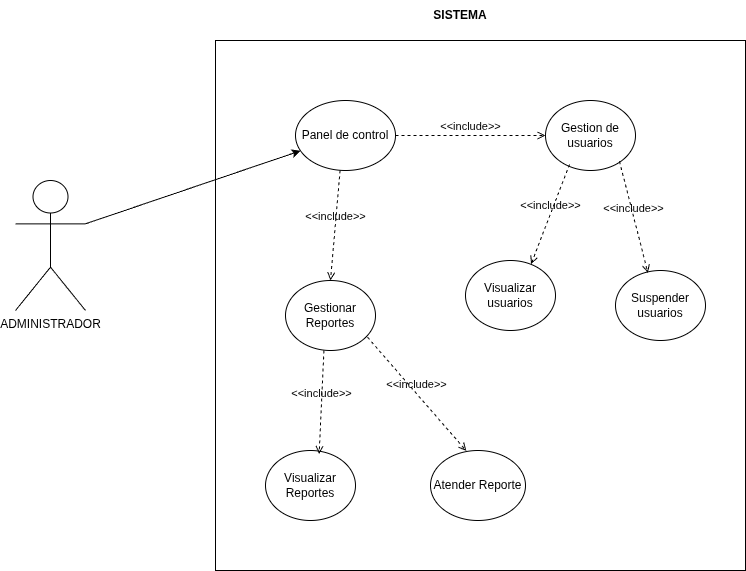
Above: docs/diagramas_casos_de_uso/DCU-Administrador.png in Nicolas-Menin/LaburAR (draw.io), before the change. Source tidied: cells renumbered, new cells last; positions are measured from the earlier drawing's top-left corner, leaving out a move shared by most shapes.
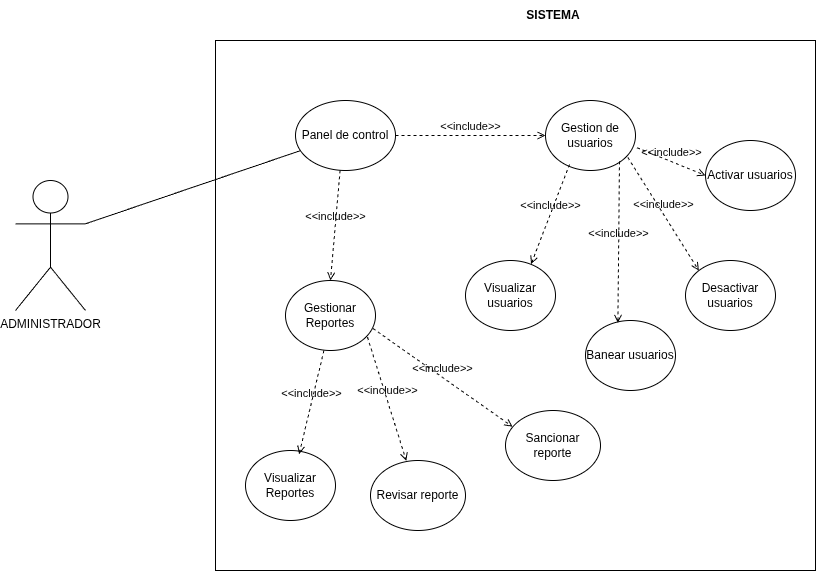
After the change.

Change to the diagram source:
```diff
@@ -6,10 +6,10 @@
       <mxGeometry y="180" width="70" height="130" as="geometry" />
     </mxCell>
     <mxCell id="3" style="whiteSpace=wrap;html=1;" parent="1" vertex="1">
-      <mxGeometry x="200" y="40" width="530" height="530" as="geometry" />
+      <mxGeometry x="200" y="40" width="600" height="530" as="geometry" />
     </mxCell>
     <mxCell id="4" value="&lt;b&gt;SISTEMA&lt;/b&gt;" style="text;html=1;whiteSpace=wrap;strokeColor=none;fillColor=none;align=center;verticalAlign=middle;rounded=0;" parent="1" vertex="1">
-      <mxGeometry x="415" width="60" height="30" as="geometry" />
+      <mxGeometry x="507.5" width="60" height="30" as="geometry" />
     </mxCell>
     <mxCell id="5" value="Panel de control" style="ellipse;whiteSpace=wrap;html=1;" parent="1" vertex="1">
       <mxGeometry x="280" y="100" width="100" height="70" as="geometry" />
@@ -17,16 +17,16 @@
     <mxCell id="6" value="Gestion de usuarios" style="ellipse;whiteSpace=wrap;html=1;" parent="1" vertex="1">
       <mxGeometry x="530" y="100" width="90" height="70" as="geometry" />
     </mxCell>
-    <mxCell id="7" value="Suspender usuarios" style="ellipse;whiteSpace=wrap;html=1;" parent="1" vertex="1">
-      <mxGeometry x="600" y="270" width="90" height="70" as="geometry" />
+    <mxCell id="7" value="Banear usuarios" style="ellipse;whiteSpace=wrap;html=1;" parent="1" vertex="1">
+      <mxGeometry x="570" y="320" width="90" height="70" as="geometry" />
     </mxCell>
     <mxCell id="8" value="Visualizar usuarios" style="ellipse;whiteSpace=wrap;html=1;" parent="1" vertex="1">
       <mxGeometry x="450" y="260" width="90" height="70" as="geometry" />
     </mxCell>
     <mxCell id="9" value="Visualizar Reportes" style="ellipse;whiteSpace=wrap;html=1;" parent="1" vertex="1">
-      <mxGeometry x="250" y="450" width="90" height="70" as="geometry" />
+      <mxGeometry x="230" y="450" width="90" height="70" as="geometry" />
     </mxCell>
-    <mxCell id="10" style="endArrow=classic;html=1;rounded=0;exitX=1;exitY=0.3333333333333333;exitDx=0;exitDy=0;exitPerimeter=0;" parent="1" edge="1" source="2" target="5">
+    <mxCell id="10" style="endArrow=none;html=1;rounded=0;exitX=1;exitY=0.3333333333333333;exitDx=0;exitDy=0;exitPerimeter=0;endFill=0;" parent="1" edge="1" source="2" target="5">
       <mxGeometry relative="1" as="geometry" />
     </mxCell>
     <mxCell id="11" value="&amp;lt;&amp;lt;include&amp;gt;&amp;gt;" style="html=1;verticalAlign=bottom;labelBackgroundColor=none;endArrow=open;endFill=0;dashed=1;rounded=0;entryX=0;entryY=0.5;entryDx=0;entryDy=0;exitX=1;exitY=0.5;exitDx=0;exitDy=0;" parent="1" edge="1" source="5" target="6">
@@ -35,8 +35,8 @@
     <mxCell id="12" value="Gestionar Reportes" style="ellipse;whiteSpace=wrap;html=1;" parent="1" vertex="1">
       <mxGeometry x="270" y="280" width="90" height="70" as="geometry" />
     </mxCell>
-    <mxCell id="13" value="Atender Reporte" style="ellipse;whiteSpace=wrap;html=1;" parent="1" vertex="1">
-      <mxGeometry x="415" y="450" width="95" height="70" as="geometry" />
+    <mxCell id="13" value="Revisar reporte" style="ellipse;whiteSpace=wrap;html=1;" parent="1" vertex="1">
+      <mxGeometry x="355" y="460" width="95" height="70" as="geometry" />
     </mxCell>
     <mxCell id="14" value="&amp;lt;&amp;lt;include&amp;gt;&amp;gt;" style="html=1;verticalAlign=bottom;labelBackgroundColor=none;endArrow=open;endFill=0;dashed=1;rounded=0;exitX=0.446;exitY=0.998;exitDx=0;exitDy=0;exitPerimeter=0;entryX=0.5;entryY=0;entryDx=0;entryDy=0;" parent="1" edge="1" source="5" target="12">
       <mxGeometry relative="1" as="geometry" />
@@ -53,5 +53,23 @@
     <mxCell id="18" value="&amp;lt;&amp;lt;include&amp;gt;&amp;gt;" style="html=1;verticalAlign=bottom;labelBackgroundColor=none;endArrow=open;endFill=0;dashed=1;rounded=0;exitX=0.267;exitY=0.914;exitDx=0;exitDy=0;exitPerimeter=0;entryX=0.729;entryY=0.051;entryDx=0;entryDy=0;entryPerimeter=0;" parent="1" edge="1" source="6" target="8">
       <mxGeometry relative="1" as="geometry" />
     </mxCell>
+    <mxCell id="19" value="Desactivar usuarios" style="ellipse;whiteSpace=wrap;html=1;" parent="1" vertex="1">
+      <mxGeometry x="670" y="260" width="90" height="70" as="geometry" />
+    </mxCell>
+    <mxCell id="20" value="Activar usuarios" style="ellipse;whiteSpace=wrap;html=1;" parent="1" vertex="1">
+      <mxGeometry x="690" y="140" width="90" height="70" as="geometry" />
+    </mxCell>
+    <mxCell id="21" value="&amp;lt;&amp;lt;include&amp;gt;&amp;gt;" style="html=1;verticalAlign=bottom;labelBackgroundColor=none;endArrow=open;endFill=0;dashed=1;rounded=0;entryX=0;entryY=0.5;entryDx=0;entryDy=0;exitX=1.017;exitY=0.675;exitDx=0;exitDy=0;exitPerimeter=0;" parent="1" edge="1" source="6" target="20">
+      <mxGeometry relative="1" as="geometry" />
+    </mxCell>
+    <mxCell id="22" value="&amp;lt;&amp;lt;include&amp;gt;&amp;gt;" style="html=1;verticalAlign=bottom;labelBackgroundColor=none;endArrow=open;endFill=0;dashed=1;rounded=0;entryX=0;entryY=0;entryDx=0;entryDy=0;exitX=0.915;exitY=0.814;exitDx=0;exitDy=0;exitPerimeter=0;" parent="1" edge="1" source="6" target="19">
+      <mxGeometry relative="1" as="geometry" />
+    </mxCell>
+    <mxCell id="23" value="Sancionar reporte" style="ellipse;whiteSpace=wrap;html=1;" parent="1" vertex="1">
+      <mxGeometry x="490" y="410" width="95" height="70" as="geometry" />
+    </mxCell>
+    <mxCell id="24" value="&amp;lt;&amp;lt;include&amp;gt;&amp;gt;" style="html=1;verticalAlign=bottom;labelBackgroundColor=none;endArrow=open;endFill=0;dashed=1;rounded=0;exitX=0.972;exitY=0.686;exitDx=0;exitDy=0;exitPerimeter=0;entryX=0.074;entryY=0.231;entryDx=0;entryDy=0;entryPerimeter=0;" parent="1" edge="1" source="12" target="23">
+      <mxGeometry relative="1" as="geometry" />
+    </mxCell>
   </root>
 </mxGraphModel>
```
